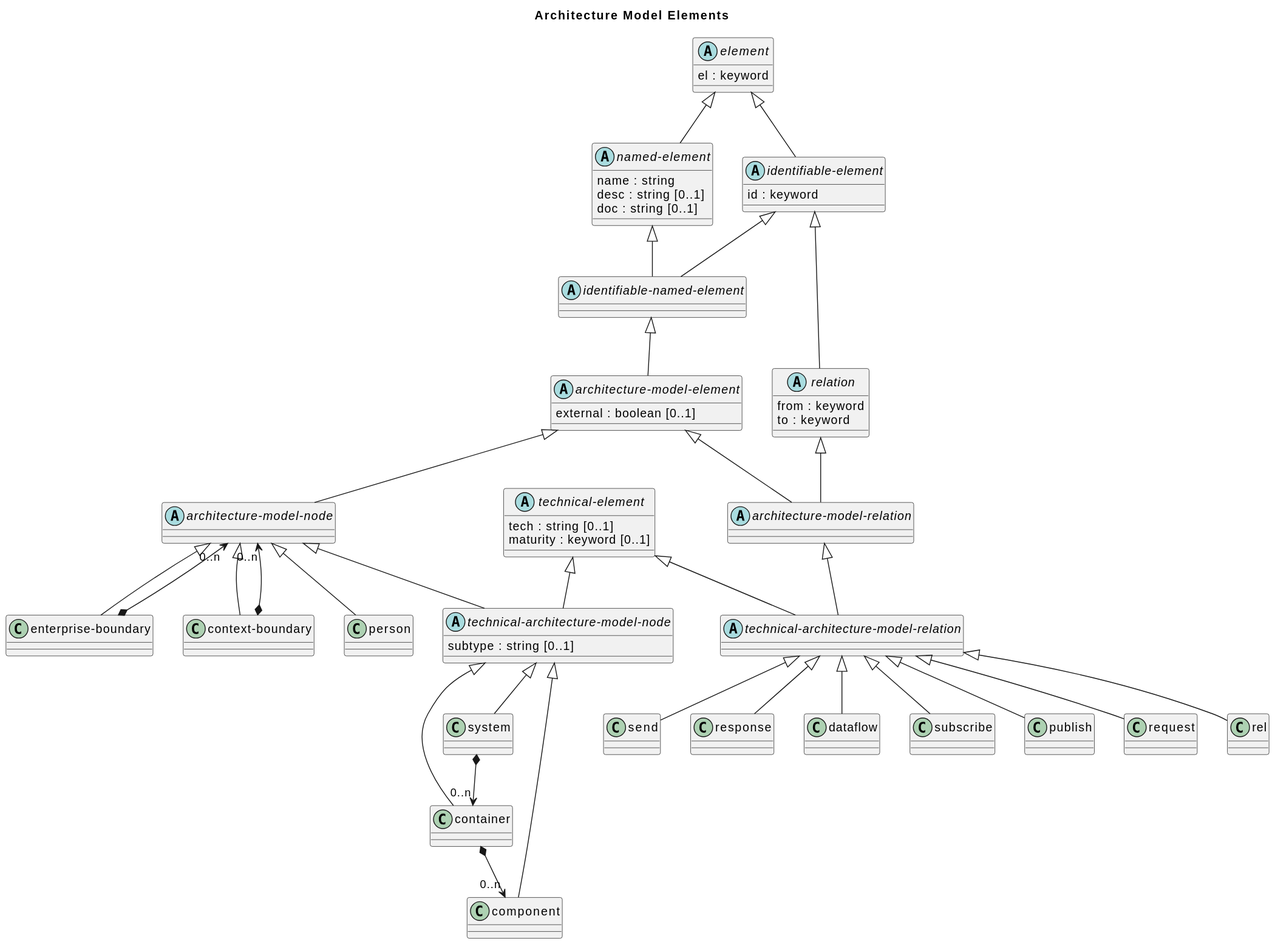
Earlier version of the PlantUML export doc/images/overarch/data-model/architecture-model-elements.svg (soulspace-org/overarch).
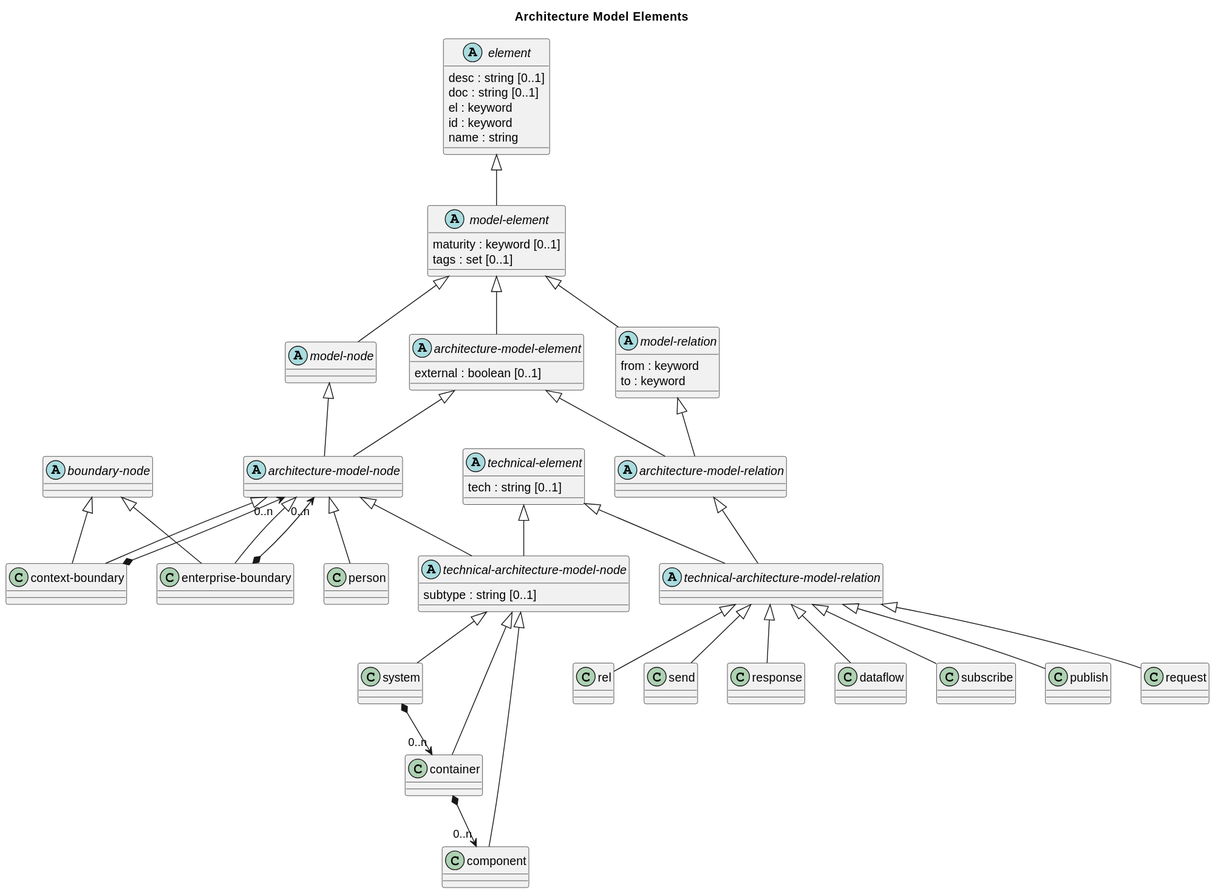
The same file after the commit.

Commit message:
updated data-model diagrams

What changed in the source:
```diff
@@ -1,16 +1,22 @@
 @startuml
 title Architecture Model Elements
 
-abstract class "identifiable-named-element" as overarch_dataModel_identifiableNamedElement {}
+abstract class "technical-element" as overarch_dataModel_technicalElement {
+  tech : string [0..1]
+}
 class "enterprise-boundary" as overarch_dataModel_enterpriseBoundary {}
 class "publish" as overarch_dataModel_publish {}
 class "system" as overarch_dataModel_system {}
+abstract class "element" as overarch_dataModel_element {
+  desc : string [0..1]
+  doc : string [0..1]
+  el : keyword
+  id : keyword
+  name : string
+}
 class "request" as overarch_dataModel_request {}
 class "rel" as overarch_dataModel_rel {}
 abstract class "architecture-model-node" as overarch_dataModel_architectureModelNode {}
-abstract class "element" as overarch_dataModel_element {
-  el : keyword
-}
 abstract class "technical-architecture-model-node" as overarch_dataModel_technicalArchitectureModelNode {
   subtype : string [0..1]
 }
@@ -18,59 +24,54 @@
 abstract class "architecture-model-relation" as overarch_dataModel_architectureModelRelation {}
 class "send" as overarch_dataModel_send {}
 class "response" as overarch_dataModel_response {}
-abstract class "relation" as overarch_dataModel_relation {
+class "dataflow" as overarch_dataModel_dataflow {}
+class "context-boundary" as overarch_dataModel_contextBoundary {}
+abstract class "model-node" as overarch_dataModel_modelNode {}
+abstract class "model-relation" as overarch_dataModel_modelRelation {
   from : keyword
   to : keyword
 }
-class "dataflow" as overarch_dataModel_dataflow {}
-class "context-boundary" as overarch_dataModel_contextBoundary {}
-abstract class "named-element" as overarch_dataModel_namedElement {
-  name : string
-  desc : string [0..1]
-  doc : string [0..1]
-}
+abstract class "boundary-node" as overarch_dataModel_boundaryNode {}
 class "subscribe" as overarch_dataModel_subscribe {}
-abstract class "identifiable-element" as overarch_dataModel_identifiableElement {
-  id : keyword
-}
 abstract class "architecture-model-element" as overarch_dataModel_architectureModelElement {
   external : boolean [0..1]
 }
+abstract class "model-element" as overarch_dataModel_modelElement {
+  maturity : keyword [0..1]
+  tags : set [0..1]
+}
 abstract class "technical-architecture-model-relation" as overarch_dataModel_technicalArchitectureModelRelation {}
-abstract class "technical-element" as overarch_dataModel_technicalElement {
-  tech : string [0..1]
-  maturity : keyword [0..1]
-}
 class "person" as overarch_dataModel_person {}
 class "container" as overarch_dataModel_container {}
-overarch_dataModel_element <|-- overarch_dataModel_identifiableElement
-overarch_dataModel_element <|-- overarch_dataModel_namedElement
-overarch_dataModel_identifiableElement <|-- overarch_dataModel_identifiableNamedElement
-overarch_dataModel_namedElement <|-- overarch_dataModel_identifiableNamedElement
-overarch_dataModel_identifiableElement <|-- overarch_dataModel_relation
-overarch_dataModel_identifiableNamedElement <|-- overarch_dataModel_architectureModelElement
+overarch_dataModel_architectureModelNode <|-- overarch_dataModel_person
+overarch_dataModel_modelElement <|-- overarch_dataModel_architectureModelElement
+overarch_dataModel_modelNode <|-- overarch_dataModel_architectureModelNode
+overarch_dataModel_technicalArchitectureModelRelation <|-- overarch_dataModel_rel
+overarch_dataModel_technicalArchitectureModelRelation <|-- overarch_dataModel_send
+overarch_dataModel_element <|-- overarch_dataModel_modelElement
+overarch_dataModel_technicalArchitectureModelNode <|-- overarch_dataModel_component
+overarch_dataModel_technicalArchitectureModelRelation <|-- overarch_dataModel_publish
+overarch_dataModel_boundaryNode <|-- overarch_dataModel_contextBoundary
+overarch_dataModel_architectureModelRelation <|-- overarch_dataModel_technicalArchitectureModelRelation
+overarch_dataModel_contextBoundary *-->  "0..n" overarch_dataModel_architectureModelNode
+overarch_dataModel_modelElement <|-- overarch_dataModel_modelNode
+overarch_dataModel_technicalElement <|-- overarch_dataModel_technicalArchitectureModelNode
+overarch_dataModel_architectureModelNode <|-- overarch_dataModel_technicalArchitectureModelNode
+overarch_dataModel_technicalArchitectureModelNode <|-- overarch_dataModel_container
 overarch_dataModel_architectureModelElement <|-- overarch_dataModel_architectureModelNode
-overarch_dataModel_relation <|-- overarch_dataModel_architectureModelRelation
+overarch_dataModel_boundaryNode <|-- overarch_dataModel_enterpriseBoundary
+overarch_dataModel_modelElement <|-- overarch_dataModel_modelRelation
+overarch_dataModel_technicalArchitectureModelRelation <|-- overarch_dataModel_dataflow
+overarch_dataModel_system *-->  "0..n" overarch_dataModel_container
+overarch_dataModel_architectureModelNode <|-- overarch_dataModel_enterpriseBoundary
 overarch_dataModel_architectureModelElement <|-- overarch_dataModel_architectureModelRelation
-overarch_dataModel_architectureModelNode <|-- overarch_dataModel_technicalArchitectureModelNode
-overarch_dataModel_architectureModelRelation <|-- overarch_dataModel_technicalArchitectureModelRelation
-overarch_dataModel_technicalElement <|-- overarch_dataModel_technicalArchitectureModelNode
+overarch_dataModel_technicalArchitectureModelNode <|-- overarch_dataModel_system
 overarch_dataModel_technicalElement <|-- overarch_dataModel_technicalArchitectureModelRelation
+overarch_dataModel_container *-->  "0..n" overarch_dataModel_component
+overarch_dataModel_enterpriseBoundary *-->  "0..n" overarch_dataModel_architectureModelNode
+overarch_dataModel_technicalArchitectureModelRelation <|-- overarch_dataModel_request
+overarch_dataModel_technicalArchitectureModelRelation <|-- overarch_dataModel_subscribe
+overarch_dataModel_modelRelation <|-- overarch_dataModel_architectureModelRelation
+overarch_dataModel_technicalArchitectureModelRelation <|-- overarch_dataModel_response
 overarch_dataModel_architectureModelNode <|-- overarch_dataModel_contextBoundary
-overarch_dataModel_contextBoundary *-->  "0..n" overarch_dataModel_architectureModelNode
-overarch_dataModel_architectureModelNode <|-- overarch_dataModel_enterpriseBoundary
-overarch_dataModel_enterpriseBoundary *-->  "0..n" overarch_dataModel_architectureModelNode
-overarch_dataModel_architectureModelNode <|-- overarch_dataModel_person
-overarch_dataModel_technicalArchitectureModelNode <|-- overarch_dataModel_system
-overarch_dataModel_system *-->  "0..n" overarch_dataModel_container
-overarch_dataModel_technicalArchitectureModelNode <|-- overarch_dataModel_container
-overarch_dataModel_container *-->  "0..n" overarch_dataModel_component
-overarch_dataModel_technicalArchitectureModelNode <|-- overarch_dataModel_component
-overarch_dataModel_technicalArchitectureModelRelation <|-- overarch_dataModel_rel
-overarch_dataModel_technicalArchitectureModelRelation <|-- overarch_dataModel_request
-overarch_dataModel_technicalArchitectureModelRelation <|-- overarch_dataModel_response
-overarch_dataModel_technicalArchitectureModelRelation <|-- overarch_dataModel_publish
-overarch_dataModel_technicalArchitectureModelRelation <|-- overarch_dataModel_subscribe
-overarch_dataModel_technicalArchitectureModelRelation <|-- overarch_dataModel_send
-overarch_dataModel_technicalArchitectureModelRelation <|-- overarch_dataModel_dataflow
 @enduml
```
